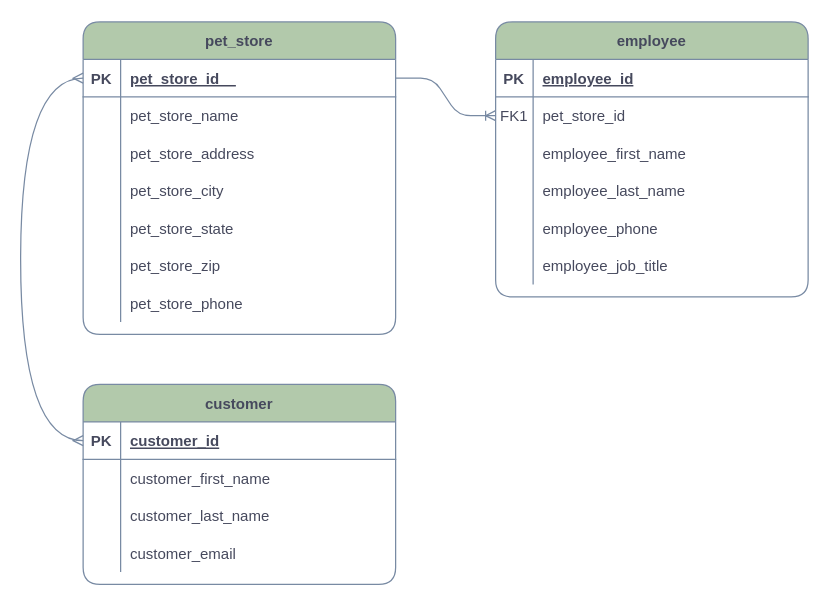
Before: pet-store/pet-store-ERD.drawio in vlanzilo87/Promineo, a draw.io diagram. Source tidied: cells renumbered, new cells numbered last; positions are measured from the earlier drawing's top-left corner, leaving out a move shared by most shapes. Both pictures are drawn from the tidied source at 125%, with x=0, y=0 at pixel (20, 21).
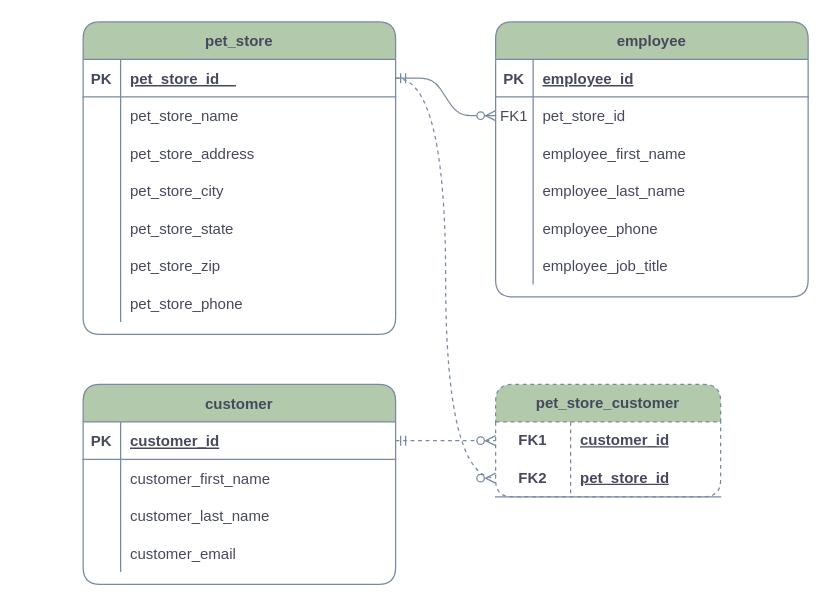
The same page after the edit.

Commit message (it also covers changes not shown here):
fixed pet-store code, updated video link in assignment document

Unchanged cells that the change refers to:
```xml
<mxCell id="6" style="shape=partialRectangle;fillColor=none;points=[[0,0.5],[1,0.5]];portConstraint=eastwest;top=0;left=0;right=0;bottom=0;labelBackgroundColor=none;strokeColor=#788AA3;fontColor=#46495D;rounded=1;" parent="2" vertex="1">
  <mxGeometry y="60" width="250" height="30" as="geometry" />
</mxCell>
<mxCell id="22" style="shape=partialRectangle;fillColor=none;points=[[0,0.5],[1,0.5]];portConstraint=eastwest;top=0;left=0;right=0;bottom=1;labelBackgroundColor=none;strokeColor=#788AA3;fontColor=#46495D;rounded=1;" parent="21" vertex="1">
  <mxGeometry y="30" width="250" height="30" as="geometry" />
</mxCell>
<mxCell id="35" style="shape=partialRectangle;fillColor=none;points=[[0,0.5],[1,0.5]];portConstraint=eastwest;top=0;left=0;right=0;bottom=1;labelBackgroundColor=none;strokeColor=#788AA3;fontColor=#46495D;rounded=1;" parent="34" vertex="1">
  <mxGeometry y="30" width="250" height="30" as="geometry" />
</mxCell>
```

The edit, as a diff of the source:
```diff
@@
+    <mxCell id="58" value="pet_store_customer" style="shape=table;startSize=30;childLayout=tableLayout;rowLines=0;fontStyle=1;align=center;html=1;whiteSpace=wrap;rounded=1;strokeColor=#788AA3;fontColor=#46495D;fillColor=#B2C9AB;dashed=1;" parent="1" vertex="1">
+      <mxGeometry x="380" y="290" width="180" height="90" as="geometry" />
+    </mxCell>
+    <mxCell id="59" style="shape=tableRow;horizontal=0;startSize=0;swimlaneHead=0;swimlaneBody=0;fillColor=none;points=[[0,0.5],[1,0.5]];portConstraint=eastwest;top=0;left=0;right=0;bottom=0;html=1;rounded=1;strokeColor=#788AA3;fontColor=#46495D;" parent="58" vertex="1">
+      <mxGeometry y="30" width="180" height="30" as="geometry" />
+    </mxCell>
+    <mxCell id="60" value="FK1" style="shape=partialRectangle;fillColor=none;top=0;left=0;bottom=0;right=0;fontStyle=1;overflow=hidden;html=1;whiteSpace=wrap;rounded=1;strokeColor=#788AA3;fontColor=#46495D;" parent="59" vertex="1">
+      <mxGeometry width="60" height="30" as="geometry" />
+    </mxCell>
+    <mxCell id="61" value="customer_id" style="shape=partialRectangle;fillColor=none;top=0;left=0;bottom=0;right=0;align=left;spacingLeft=6;fontStyle=5;overflow=hidden;html=1;whiteSpace=wrap;rounded=1;strokeColor=#788AA3;fontColor=#46495D;" parent="59" vertex="1">
+      <mxGeometry x="60" width="120" height="30" as="geometry" />
+    </mxCell>
+    <mxCell id="62" style="shape=tableRow;horizontal=0;startSize=0;swimlaneHead=0;swimlaneBody=0;fillColor=none;points=[[0,0.5],[1,0.5]];portConstraint=eastwest;top=0;left=0;right=0;bottom=1;html=1;rounded=1;strokeColor=#788AA3;fontColor=#46495D;" parent="58" vertex="1">
+      <mxGeometry y="60" width="180" height="30" as="geometry" />
+    </mxCell>
+    <mxCell id="63" value="FK2" style="shape=partialRectangle;fillColor=none;top=0;left=0;bottom=0;right=0;fontStyle=1;overflow=hidden;html=1;whiteSpace=wrap;rounded=1;strokeColor=#788AA3;fontColor=#46495D;" parent="62" vertex="1">
+      <mxGeometry width="60" height="30" as="geometry" />
+    </mxCell>
+    <mxCell id="64" value="pet_store_id" style="shape=partialRectangle;fillColor=none;top=0;left=0;bottom=0;right=0;align=left;spacingLeft=6;fontStyle=5;overflow=hidden;html=1;whiteSpace=wrap;rounded=1;strokeColor=#788AA3;fontColor=#46495D;" parent="62" vertex="1">
+      <mxGeometry x="60" width="120" height="30" as="geometry" />
+    </mxCell>
-    <mxCell id="56" style="edgeStyle=entityRelationEdgeStyle;fontSize=12;html=1;endArrow=ERoneToMany;exitX=1;exitY=0.5;exitDx=0;exitDy=0;entryX=0;entryY=0.5;entryDx=0;entryDy=0;rounded=1;labelBackgroundColor=none;strokeColor=#788AA3;fontColor=default;" parent="1" edge="1" source="35" target="6">
+    <mxCell id="56" style="edgeStyle=entityRelationEdgeStyle;fontSize=12;html=1;endArrow=ERzeroToMany;endFill=1;rounded=1;strokeColor=#788AA3;fontColor=#46495D;fillColor=#B2C9AB;" parent="1" edge="1" source="35" target="6">
       <mxGeometry relative="1" as="geometry" />
     </mxCell>
-    <mxCell id="57" style="edgeStyle=orthogonalEdgeStyle;fontSize=12;html=1;endArrow=ERmany;startArrow=ERmany;entryX=0;entryY=0.5;entryDx=0;entryDy=0;exitX=0;exitY=0.5;exitDx=0;exitDy=0;curved=1;labelBackgroundColor=none;strokeColor=#788AA3;fontColor=default;" parent="1" edge="1" source="22" target="35">
-      <mxGeometry relative="1" as="geometry">
-        <Array as="points">
-          <mxPoint y="335" />
-          <mxPoint y="45" />
-        </Array>
-      </mxGeometry>
-    </mxCell>
+    <mxCell id="65" style="fontSize=12;html=1;endArrow=ERzeroToMany;startArrow=ERmandOne;rounded=1;strokeColor=#788AA3;fontColor=#46495D;fillColor=#B2C9AB;edgeStyle=orthogonalEdgeStyle;curved=1;dashed=1;" parent="1" edge="1" source="35" target="62">
+      <mxGeometry relative="1" as="geometry">
+        <Array as="points">
+          <mxPoint x="340" y="45" />
+          <mxPoint x="340" y="365" />
+        </Array>
+      </mxGeometry>
+    </mxCell>
+    <mxCell id="66" style="edgeStyle=entityRelationEdgeStyle;fontSize=12;html=1;endArrow=ERzeroToMany;startArrow=ERmandOne;rounded=1;strokeColor=#788AA3;fontColor=#46495D;fillColor=#B2C9AB;dashed=1;" parent="1" edge="1" source="22" target="59">
+      <mxGeometry relative="1" as="geometry" />
+    </mxCell>
```
